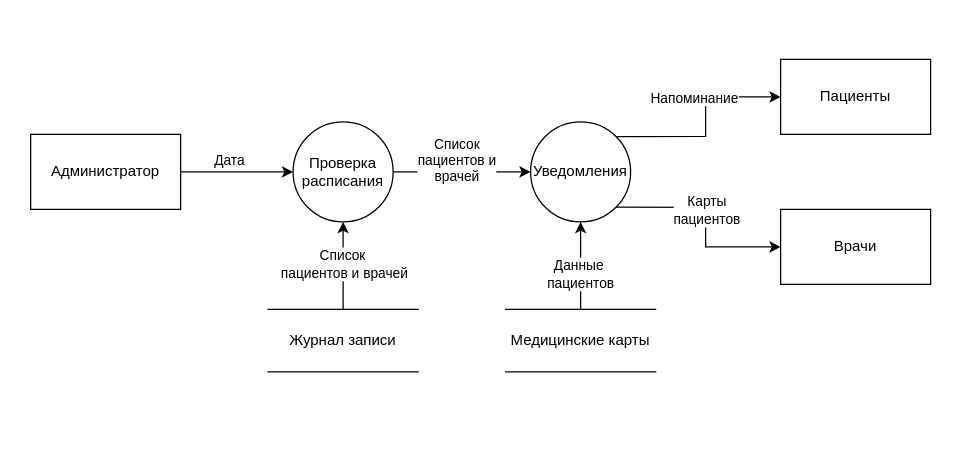
Earlier version of the draw.io diagram Task1/dfd-notification.drawio (mikhel1984/architecture-medikamente). Source tidied: cells renumbered, new cells numbered last; positions are measured from the earlier drawing's top-left corner, leaving out a move shared by most shapes. Both pictures are drawn from the tidied source at 125%, with x=0, y=0 at pixel (30, 59).
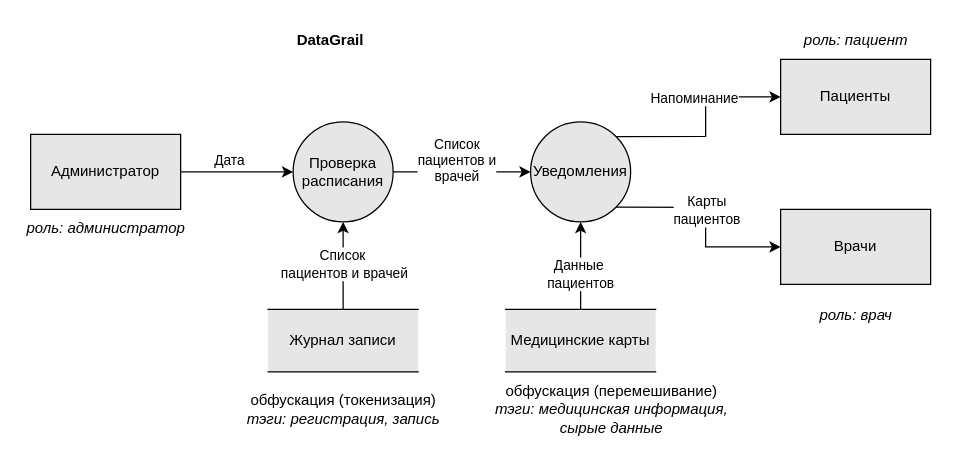
After the change.

What changed in the source:
```diff
@@
-    <mxCell id="4" value="Администратор" style="rounded=0;whiteSpace=wrap;html=1;" parent="1" vertex="1">
+    <mxCell id="4" value="Администратор" style="rounded=0;whiteSpace=wrap;html=1;fillColor=#E6E6E6;" parent="1" vertex="1">
       <mxGeometry y="60" width="120" height="60" as="geometry" />
     </mxCell>
@@
-    <mxCell id="7" value="Проверка&lt;div&gt;расписания&lt;/div&gt;" style="ellipse;whiteSpace=wrap;html=1;" parent="1" vertex="1">
+    <mxCell id="7" value="Проверка&lt;div&gt;расписания&lt;/div&gt;" style="ellipse;whiteSpace=wrap;html=1;fillColor=#E6E6E6;" parent="1" vertex="1">
       <mxGeometry x="210" y="50" width="80" height="80" as="geometry" />
     </mxCell>
@@
-    <mxCell id="10" value="Журнал записи" style="shape=partialRectangle;whiteSpace=wrap;html=1;left=0;right=0;fillColor=none;" parent="1" vertex="1">
+    <mxCell id="10" value="Журнал записи" style="shape=partialRectangle;whiteSpace=wrap;html=1;left=0;right=0;fillColor=#E6E6E6;" parent="1" vertex="1">
       <mxGeometry x="190" y="200" width="120" height="50" as="geometry" />
     </mxCell>
@@
-    <mxCell id="15" value="Уведомления" style="ellipse;whiteSpace=wrap;html=1;" parent="1" vertex="1">
+    <mxCell id="15" value="Уведомления" style="ellipse;whiteSpace=wrap;html=1;fillColor=#E6E6E6;" parent="1" vertex="1">
       <mxGeometry x="400" y="50" width="80" height="80" as="geometry" />
     </mxCell>
@@
-    <mxCell id="18" value="Медицинские карты" style="shape=partialRectangle;whiteSpace=wrap;html=1;left=0;right=0;fillColor=none;" parent="1" vertex="1">
+    <mxCell id="18" value="Медицинские карты" style="shape=partialRectangle;whiteSpace=wrap;html=1;left=0;right=0;fillColor=#E6E6E6;" parent="1" vertex="1">
       <mxGeometry x="380" y="200" width="120" height="50" as="geometry" />
     </mxCell>
-    <mxCell id="19" value="Пациенты" style="rounded=0;whiteSpace=wrap;html=1;" parent="1" vertex="1">
+    <mxCell id="19" value="Пациенты" style="rounded=0;whiteSpace=wrap;html=1;fillColor=#E6E6E6;" parent="1" vertex="1">
       <mxGeometry x="600" width="120" height="60" as="geometry" />
     </mxCell>
-    <mxCell id="20" value="Врачи" style="rounded=0;whiteSpace=wrap;html=1;" parent="1" vertex="1">
+    <mxCell id="20" value="Врачи" style="rounded=0;whiteSpace=wrap;html=1;fillColor=#E6E6E6;" parent="1" vertex="1">
       <mxGeometry x="600" y="120" width="120" height="60" as="geometry" />
     </mxCell>
+    <mxCell id="21" value="&lt;i&gt;роль: администратор&lt;/i&gt;" style="text;html=1;whiteSpace=wrap;strokeColor=none;fillColor=none;align=center;verticalAlign=middle;rounded=0;" parent="1" vertex="1">
+      <mxGeometry x="-7.5" y="120" width="135" height="30" as="geometry" />
+    </mxCell>
+    <mxCell id="22" value="&lt;i&gt;роль: пациент&lt;/i&gt;" style="text;html=1;whiteSpace=wrap;strokeColor=none;fillColor=none;align=center;verticalAlign=middle;rounded=0;" parent="1" vertex="1">
+      <mxGeometry x="592.5" y="-30" width="135" height="30" as="geometry" />
+    </mxCell>
+    <mxCell id="23" value="&lt;i&gt;роль: врач&lt;/i&gt;" style="text;html=1;whiteSpace=wrap;strokeColor=none;fillColor=none;align=center;verticalAlign=middle;rounded=0;" parent="1" vertex="1">
+      <mxGeometry x="592.5" y="190" width="135" height="30" as="geometry" />
+    </mxCell>
+    <mxCell id="24" value="обфускация (токенизация)&lt;div&gt;&lt;i&gt;тэги: регистрация, запись&lt;/i&gt;&lt;/div&gt;" style="text;html=1;whiteSpace=wrap;strokeColor=none;fillColor=none;align=center;verticalAlign=middle;rounded=0;" parent="1" vertex="1">
+      <mxGeometry x="148.8" y="260" width="202.5" height="40" as="geometry" />
+    </mxCell>
+    <mxCell id="25" value="обфускация (перемешивание)&lt;div&gt;&lt;i&gt;тэги: медицинская информация, сырые данные&lt;/i&gt;&lt;/div&gt;" style="text;html=1;whiteSpace=wrap;strokeColor=none;fillColor=none;align=center;verticalAlign=middle;rounded=0;" parent="1" vertex="1">
+      <mxGeometry x="370" y="260" width="190" height="40" as="geometry" />
+    </mxCell>
+    <mxCell id="26" value="&lt;b&gt;DataGrail&lt;/b&gt;" style="text;html=1;whiteSpace=wrap;strokeColor=none;fillColor=none;align=center;verticalAlign=middle;rounded=0;" parent="1" vertex="1">
+      <mxGeometry x="210" y="-30" width="60" height="30" as="geometry" />
+    </mxCell>
```
